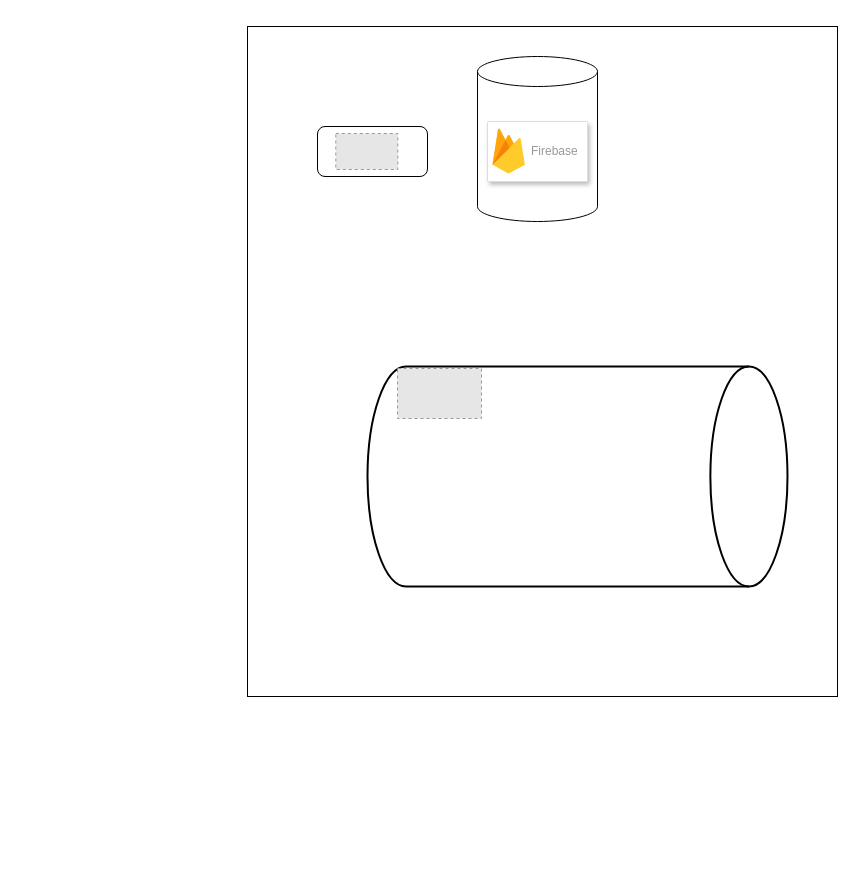
This is bitirme.drawio from mmutluhan/Diagrams, a draw.io file, before an edit. Source tidied: cells renumbered, new cells numbered last; positions are measured from the earlier drawing's top-left corner, leaving out a move shared by most shapes. Both pictures are drawn from the tidied source at 100%, with x=0, y=0 at pixel (247, 26). Pictures stored in the file or linked from it are replaced by grey dashed boxes.
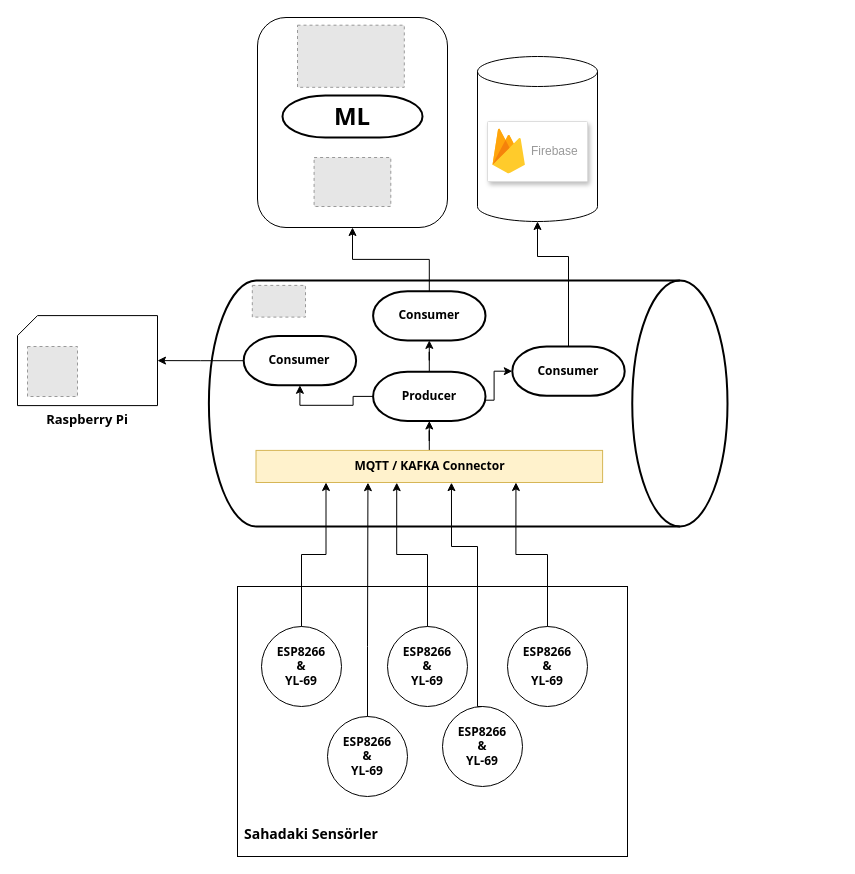
The same page after the edit.

The change refers to these unchanged cells:
```xml
<mxCell id="8" style="shape=cylinder3;whiteSpace=wrap;html=1;boundedLbl=1;backgroundOutline=1;size=15;" parent="7" vertex="1">
  <mxGeometry width="120" height="165" as="geometry" />
</mxCell>
```

Change to the diagram source:
```diff
@@
-    <mxCell id="2" style="shape=datastore;whiteSpace=wrap;html=1;" parent="1" vertex="1">
-      <mxGeometry x="350" y="100" width="60" height="60" as="geometry" />
-    </mxCell>
-    <mxCell id="3" style="rounded=0;whiteSpace=wrap;html=1;" parent="1" vertex="1">
-      <mxGeometry width="590" height="670" as="geometry" />
-    </mxCell>
-    <mxCell id="4" style="group;" parent="1" vertex="1">
-      <mxGeometry x="70" y="100" width="110" height="50" as="geometry" />
-    </mxCell>
-    <mxCell id="5" style="rounded=1;whiteSpace=wrap;html=1;" parent="4" vertex="1">
-      <mxGeometry width="110" height="50" as="geometry" />
-    </mxCell>
-    <mxCell id="6" style="fillColor=#E6E6E6;strokeColor=#999999;dashed=1;verticalLabelPosition=bottom;labelBackgroundColor=default;verticalAlign=top;" parent="4" vertex="1">
-      <mxGeometry x="18.3" y="7" width="62" height="36" as="geometry" />
-    </mxCell>
+    <mxCell id="13" style="group;fontStyle=1;fillColor=none;" parent="1" vertex="1">
+      <mxGeometry x="-30" y="260" width="510" height="240" as="geometry" />
+    </mxCell>
+    <mxCell id="11" style="strokeWidth=2;html=1;shape=mxgraph.flowchart.direct_data;whiteSpace=wrap;" parent="13" vertex="1">
+      <mxGeometry x="-8.6" y="-5.9" width="518.6" height="245.9" as="geometry" />
+    </mxCell>
+    <mxCell id="12" style="fillColor=#E6E6E6;strokeColor=#999999;dashed=1;verticalLabelPosition=bottom;labelBackgroundColor=default;verticalAlign=top;" parent="13" vertex="1">
+      <mxGeometry x="34.8" y="-1.1" width="53.2" height="31.7" as="geometry" />
+    </mxCell>
+    <mxCell id="14" style="group;" parent="13" vertex="1">
+      <mxGeometry x="26.2" y="49.6" width="112.4" height="49.2" as="geometry" />
+    </mxCell>
+    <mxCell id="15" value="Consumer" style="strokeWidth=2;html=1;shape=mxgraph.flowchart.terminator;whiteSpace=wrap;fontStyle=1;fontFamily=Tahoma;" parent="14" vertex="1">
+      <mxGeometry width="112.4" height="49.2" as="geometry" />
+    </mxCell>
+    <mxCell id="16" style="edgeStyle=orthogonalEdgeStyle;rounded=0;jettySize=auto;html=1;entryX=0.5;entryY=1;entryDx=0;entryDy=0;entryPerimeter=0;fontFamily=Tahoma;" parent="13" edge="1" source="24" target="15">
+      <mxGeometry relative="1" as="geometry" />
+    </mxCell>
+    <mxCell id="17" style="edgeStyle=orthogonalEdgeStyle;rounded=0;jettySize=auto;html=1;entryX=0;entryY=0.5;entryDx=0;entryDy=0;entryPerimeter=0;fontFamily=Tahoma;exitX=1;exitY=0.5;exitDx=0;exitDy=0;exitPerimeter=0;" parent="13" edge="1" source="24" target="19">
+      <mxGeometry relative="1" as="geometry">
+        <Array as="points">
+          <mxPoint x="268" y="113.7" />
+          <mxPoint x="276.6" y="113.7" />
+          <mxPoint x="276.6" y="84.6" />
+        </Array>
+      </mxGeometry>
+    </mxCell>
+    <mxCell id="18" style="group;" parent="13" vertex="1">
+      <mxGeometry x="294.8" y="60.1" width="112.4" height="49.2" as="geometry" />
+    </mxCell>
+    <mxCell id="19" value="Consumer" style="strokeWidth=2;html=1;shape=mxgraph.flowchart.terminator;whiteSpace=wrap;fontStyle=1;fontFamily=Tahoma;" parent="18" vertex="1">
+      <mxGeometry width="112.4" height="49.2" as="geometry" />
+    </mxCell>
+    <mxCell id="20" style="group;" parent="13" vertex="1">
+      <mxGeometry x="155.6" y="5.3" width="112.4" height="49.2" as="geometry" />
+    </mxCell>
+    <mxCell id="21" value="Consumer" style="strokeWidth=2;html=1;shape=mxgraph.flowchart.terminator;whiteSpace=wrap;fontStyle=1;fontFamily=Tahoma;" parent="20" vertex="1">
+      <mxGeometry y="-0.6" width="112.4" height="49.2" as="geometry" />
+    </mxCell>
+    <mxCell id="22" style="edgeStyle=orthogonalEdgeStyle;rounded=0;jettySize=auto;html=1;fontFamily=Tahoma;entryX=0.5;entryY=1;entryDx=0;entryDy=0;entryPerimeter=0;" parent="13" edge="1" source="24" target="21">
+      <mxGeometry relative="1" as="geometry" />
+    </mxCell>
+    <mxCell id="23" style="group;" parent="13" vertex="1">
+      <mxGeometry x="155.6" y="85.3" width="112.4" height="52.1" as="geometry" />
+    </mxCell>
+    <mxCell id="24" value="Producer" style="strokeWidth=2;html=1;shape=mxgraph.flowchart.terminator;whiteSpace=wrap;fontStyle=1;fontFamily=Tahoma;" parent="23" vertex="1">
+      <mxGeometry width="112.4" height="49.2" as="geometry" />
+    </mxCell>
+    <mxCell id="25" style="edgeStyle=orthogonalEdgeStyle;rounded=0;jettySize=auto;html=1;entryX=0.5;entryY=1;entryDx=0;entryDy=0;entryPerimeter=0;fontFamily=Tahoma;" parent="13" edge="1" source="26" target="24">
+      <mxGeometry relative="1" as="geometry" />
+    </mxCell>
+    <mxCell id="26" value="&lt;b&gt;MQTT / KAFKA Connector&lt;/b&gt;" style="rounded=0;whiteSpace=wrap;html=1;fontFamily=Tahoma;fillColor=#fff2cc;strokeColor=#d6b656;" parent="13" vertex="1">
+      <mxGeometry x="38.5" y="163.9" width="346.6" height="32.1" as="geometry" />
+    </mxCell>
@@
-    <mxCell id="11" style="strokeWidth=2;html=1;shape=mxgraph.flowchart.direct_data;whiteSpace=wrap;" parent="1" vertex="1">
-      <mxGeometry x="120" y="340" width="420" height="220" as="geometry" />
-    </mxCell>
-    <mxCell id="12" style="fillColor=#E6E6E6;strokeColor=#999999;dashed=1;verticalLabelPosition=bottom;labelBackgroundColor=default;verticalAlign=top;" parent="1" vertex="1">
-      <mxGeometry x="150" y="342" width="84" height="50" as="geometry" />
-    </mxCell>
+    <mxCell id="27" style="group;" parent="1" vertex="1">
+      <mxGeometry x="-180" y="20" width="190" height="210" as="geometry" />
+    </mxCell>
+    <mxCell id="28" style="group;" parent="27" vertex="1">
+      <mxGeometry x="190" y="-29" width="190" height="210" as="geometry" />
+    </mxCell>
+    <mxCell id="29" style="rounded=1;whiteSpace=wrap;html=1;" parent="28" vertex="1">
+      <mxGeometry width="190" height="210" as="geometry" />
+    </mxCell>
+    <mxCell id="30" style="fillColor=#E6E6E6;strokeColor=#999999;dashed=1;verticalLabelPosition=bottom;labelBackgroundColor=default;verticalAlign=top;" parent="28" vertex="1">
+      <mxGeometry x="40" y="7.7" width="106.8" height="62.1" as="geometry" />
+    </mxCell>
+    <mxCell id="31" value="&lt;h1&gt;ML&lt;/h1&gt;" style="strokeWidth=2;html=1;shape=mxgraph.flowchart.terminator;whiteSpace=wrap;fontFamily=Tahoma;" parent="28" vertex="1">
+      <mxGeometry x="25" y="78" width="140" height="42" as="geometry" />
+    </mxCell>
+    <mxCell id="32" style="fillColor=#E6E6E6;strokeColor=#999999;dashed=1;verticalLabelPosition=bottom;labelBackgroundColor=default;verticalAlign=top;" parent="28" vertex="1">
+      <mxGeometry x="56.6" y="140" width="76.7" height="49" as="geometry" />
+    </mxCell>
+    <mxCell id="33" value="&lt;font style=&quot;font-size: 13px;&quot;&gt;&lt;b&gt;Raspberry Pi&lt;/b&gt;&lt;/font&gt;" style="verticalLabelPosition=bottom;verticalAlign=top;html=1;shape=card;whiteSpace=wrap;size=20;arcSize=12;fontFamily=Tahoma;" parent="1" vertex="1">
+      <mxGeometry x="-230" y="289.1" width="140" height="90" as="geometry" />
+    </mxCell>
+    <mxCell id="34" style="fillColor=#E6E6E6;strokeColor=#999999;dashed=1;html=1;verticalAlign=top;verticalLabelPosition=bottom;labelBackgroundColor=#ffffff;fontFamily=Tahoma;" parent="1" vertex="1">
+      <mxGeometry x="-220" y="320" width="50" height="50" as="geometry" />
+    </mxCell>
+    <mxCell id="35" style="edgeStyle=orthogonalEdgeStyle;rounded=0;jettySize=auto;html=1;entryX=1;entryY=0.5;entryDx=0;entryDy=0;entryPerimeter=0;fontFamily=Tahoma;" parent="1" edge="1" source="15" target="33">
+      <mxGeometry relative="1" as="geometry" />
+    </mxCell>
+    <mxCell id="36" style="edgeStyle=orthogonalEdgeStyle;rounded=0;jettySize=auto;html=1;fontFamily=Tahoma;entryX=0.5;entryY=1;entryDx=0;entryDy=0;entryPerimeter=0;exitX=0.5;exitY=0;exitDx=0;exitDy=0;exitPerimeter=0;" parent="1" edge="1" source="19" target="8">
+      <mxGeometry relative="1" as="geometry">
+        <Array as="points">
+          <mxPoint x="321" y="230" />
+          <mxPoint x="290" y="230" />
+        </Array>
+      </mxGeometry>
+    </mxCell>
+    <mxCell id="37" style="group;" parent="1" vertex="1">
+      <mxGeometry x="-10" y="560" width="390" height="270" as="geometry" />
+    </mxCell>
+    <mxCell id="38" style="rounded=0;whiteSpace=wrap;html=1;fontFamily=Tahoma;" parent="37" vertex="1">
+      <mxGeometry width="390" height="270" as="geometry" />
+    </mxCell>
+    <mxCell id="39" value="&lt;b&gt;ESP8266&lt;br&gt;&amp;amp;&lt;/b&gt;&lt;br&gt;&lt;b&gt;YL-69&lt;/b&gt;" style="ellipse;whiteSpace=wrap;html=1;fontFamily=Tahoma;fillColor=none;gradientColor=none;" parent="37" vertex="1">
+      <mxGeometry x="24" y="40" width="80" height="80" as="geometry" />
+    </mxCell>
+    <mxCell id="40" value="&lt;b&gt;ESP8266&lt;br&gt;&amp;amp;&lt;/b&gt;&lt;br&gt;&lt;b&gt;YL-69&lt;/b&gt;" style="ellipse;whiteSpace=wrap;html=1;fontFamily=Tahoma;fillColor=none;gradientColor=none;" parent="37" vertex="1">
+      <mxGeometry x="270" y="40" width="80" height="80" as="geometry" />
+    </mxCell>
+    <mxCell id="41" value="&lt;b&gt;ESP8266&lt;br&gt;&amp;amp;&lt;/b&gt;&lt;br&gt;&lt;b&gt;YL-69&lt;/b&gt;" style="ellipse;whiteSpace=wrap;html=1;fontFamily=Tahoma;fillColor=none;gradientColor=none;" parent="37" vertex="1">
+      <mxGeometry x="90" y="130" width="80" height="80" as="geometry" />
+    </mxCell>
+    <mxCell id="42" value="&lt;b&gt;ESP8266&lt;br&gt;&amp;amp;&lt;/b&gt;&lt;br&gt;&lt;b&gt;YL-69&lt;/b&gt;" style="ellipse;whiteSpace=wrap;html=1;fontFamily=Tahoma;fillColor=none;gradientColor=none;" parent="37" vertex="1">
+      <mxGeometry x="205" y="120" width="80" height="80" as="geometry" />
+    </mxCell>
+    <mxCell id="43" value="&lt;b&gt;ESP8266&lt;br&gt;&amp;amp;&lt;/b&gt;&lt;br&gt;&lt;b&gt;YL-69&lt;/b&gt;" style="ellipse;whiteSpace=wrap;html=1;fontFamily=Tahoma;fillColor=none;gradientColor=none;" parent="37" vertex="1">
+      <mxGeometry x="150" y="40" width="80" height="80" as="geometry" />
+    </mxCell>
+    <mxCell id="44" value="Sahadaki Sensörler&amp;nbsp;" style="text;html=1;strokeColor=none;fillColor=none;align=left;verticalAlign=middle;whiteSpace=wrap;rounded=0;fontFamily=Tahoma;fontStyle=1;fontSize=14;" parent="37" vertex="1">
+      <mxGeometry x="5" y="233" width="200" height="30" as="geometry" />
+    </mxCell>
+    <mxCell id="45" style="edgeStyle=orthogonalEdgeStyle;rounded=0;jettySize=auto;html=1;fontFamily=Tahoma;entryX=0.202;entryY=1;entryDx=0;entryDy=0;entryPerimeter=0;" parent="1" edge="1" source="39" target="26">
+      <mxGeometry relative="1" as="geometry" />
+    </mxCell>
+    <mxCell id="46" style="edgeStyle=orthogonalEdgeStyle;rounded=0;jettySize=auto;html=1;entryX=0.75;entryY=1;entryDx=0;entryDy=0;fontFamily=Tahoma;" parent="1" edge="1" source="40" target="26">
+      <mxGeometry relative="1" as="geometry" />
+    </mxCell>
+    <mxCell id="47" style="edgeStyle=orthogonalEdgeStyle;rounded=0;jettySize=auto;html=1;entryX=0.323;entryY=1.005;entryDx=0;entryDy=0;entryPerimeter=0;fontFamily=Tahoma;" parent="1" edge="1" source="41" target="26">
+      <mxGeometry relative="1" as="geometry">
+        <Array as="points">
+          <mxPoint x="120" y="620" />
+          <mxPoint x="120" y="620" />
+        </Array>
+      </mxGeometry>
+    </mxCell>
+    <mxCell id="48" style="edgeStyle=orthogonalEdgeStyle;rounded=0;jettySize=auto;html=1;exitX=0.5;exitY=0;exitDx=0;exitDy=0;fontFamily=Tahoma;entryX=0.564;entryY=1.005;entryDx=0;entryDy=0;entryPerimeter=0;" parent="1" edge="1" source="42" target="26">
+      <mxGeometry relative="1" as="geometry">
+        <Array as="points">
+          <mxPoint x="230" y="680" />
+          <mxPoint x="230" y="520" />
+          <mxPoint x="204" y="520" />
+        </Array>
+      </mxGeometry>
+    </mxCell>
+    <mxCell id="49" style="edgeStyle=orthogonalEdgeStyle;rounded=0;jettySize=auto;html=1;entryX=0.406;entryY=1.005;entryDx=0;entryDy=0;entryPerimeter=0;fontFamily=Tahoma;" parent="1" edge="1" source="43" target="26">
+      <mxGeometry relative="1" as="geometry" />
+    </mxCell>
+    <mxCell id="50" style="edgeStyle=orthogonalEdgeStyle;rounded=0;jettySize=auto;html=1;entryX=0.5;entryY=1;entryDx=0;entryDy=0;fontFamily=Tahoma;fontSize=13;" parent="1" edge="1" source="21" target="29">
+      <mxGeometry relative="1" as="geometry" />
+    </mxCell>
```
